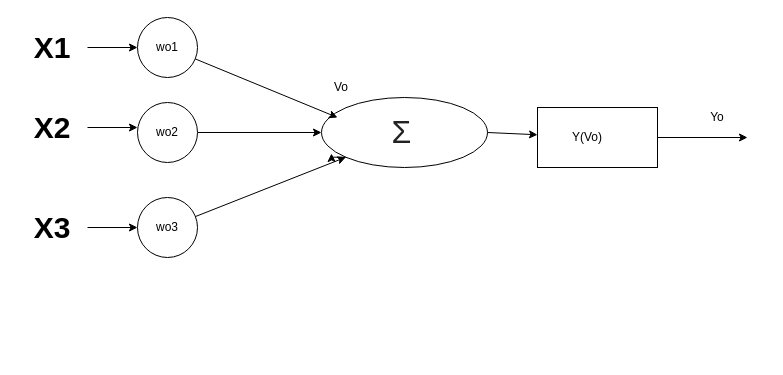
Earlier version of the draw.io diagram neurona.drawio (carlosRios2020/emotions). Source tidied: cells renumbered, new cells numbered last; positions are measured from the earlier drawing's top-left corner, leaving out a move shared by most shapes. Both pictures are drawn from the tidied source at 100%, with x=0, y=0 at pixel (17, 17).
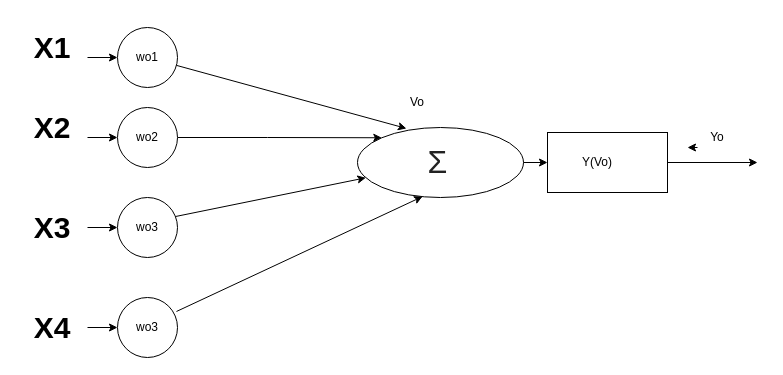
After the change.

Unchanged cells that the change refers to:
```xml
<mxCell id="14" value="&lt;font size=&quot;1&quot;&gt;&lt;b style=&quot;font-size: 30px&quot;&gt;X1&lt;/b&gt;&lt;/font&gt;" style="text;html=1;strokeColor=none;fillColor=none;align=center;verticalAlign=middle;whiteSpace=wrap;rounded=0;" parent="1" vertex="1">
  <mxGeometry y="10" width="70" height="40" as="geometry" />
</mxCell>
<mxCell id="16" value="&lt;font size=&quot;1&quot;&gt;&lt;b style=&quot;font-size: 30px&quot;&gt;X2&lt;/b&gt;&lt;/font&gt;" style="text;html=1;strokeColor=none;fillColor=none;align=center;verticalAlign=middle;whiteSpace=wrap;rounded=0;" parent="1" vertex="1">
  <mxGeometry y="90" width="70" height="40" as="geometry" />
</mxCell>
```

What changed in the source:
```diff
@@
     <mxCell id="2" style="ellipse;whiteSpace=wrap;html=1;" parent="1" vertex="1">
-      <mxGeometry x="120" width="60" height="60" as="geometry" />
+      <mxGeometry x="100" y="10" width="60" height="60" as="geometry" />
     </mxCell>
-    <mxCell id="3" style="edgeStyle=orthogonalEdgeStyle;rounded=0;jettySize=auto;html=1;" parent="1" edge="1" source="4" target="5">
+    <mxCell id="3" style="edgeStyle=orthogonalEdgeStyle;rounded=0;jettySize=auto;html=1;entryX=0;entryY=0;entryDx=0;entryDy=0;" parent="1" edge="1" source="4" target="5">
       <mxGeometry relative="1" as="geometry" />
     </mxCell>
     <mxCell id="4" style="ellipse;whiteSpace=wrap;html=1;" parent="1" vertex="1">
-      <mxGeometry x="120" y="85" width="60" height="60" as="geometry" />
+      <mxGeometry x="100" y="90" width="60" height="60" as="geometry" />
     </mxCell>
     <mxCell id="5" style="ellipse;whiteSpace=wrap;html=1;" parent="1" vertex="1">
-      <mxGeometry x="304" y="80" width="166" height="70" as="geometry" />
+      <mxGeometry x="340" y="110" width="166" height="70" as="geometry" />
     </mxCell>
     <mxCell id="6" style="ellipse;whiteSpace=wrap;html=1;" parent="1" vertex="1">
-      <mxGeometry x="120" y="180" width="60" height="60" as="geometry" />
+      <mxGeometry x="100" y="180" width="60" height="60" as="geometry" />
     </mxCell>
-    <mxCell id="7" style="endArrow=classic;html=1;" parent="1" edge="1" source="2">
-      <mxGeometry relative="1" as="geometry">
-        <mxPoint x="320" y="100" as="targetPoint" />
-      </mxGeometry>
+    <mxCell id="7" style="endArrow=classic;html=1;entryX=0.295;entryY=0.014;entryDx=0;entryDy=0;entryPerimeter=0;" parent="1" edge="1" source="2" target="5">
+      <mxGeometry relative="1" as="geometry" />
     </mxCell>
-    <mxCell id="8" style="endArrow=classic;html=1;exitX=0.967;exitY=0.317;exitDx=0;exitDy=0;exitPerimeter=0;entryX=0;entryY=1;entryDx=0;entryDy=0;" parent="1" edge="1" source="6" target="5">
+    <mxCell id="8" style="endArrow=classic;html=1;exitX=0.967;exitY=0.317;exitDx=0;exitDy=0;exitPerimeter=0;" parent="1" edge="1" source="6" target="5">
       <mxGeometry relative="1" as="geometry" />
     </mxCell>
@@
     <mxCell id="10" style="rounded=0;whiteSpace=wrap;html=1;" parent="1" vertex="1">
-      <mxGeometry x="520" y="90" width="120" height="60" as="geometry" />
+      <mxGeometry x="530" y="115" width="120" height="60" as="geometry" />
     </mxCell>
     <mxCell id="11" style="endArrow=classic;html=1;exitX=1;exitY=0.5;exitDx=0;exitDy=0;" parent="1" edge="1" source="10">
       <mxGeometry relative="1" as="geometry">
-        <mxPoint x="730" y="120" as="targetPoint" />
+        <mxPoint x="740" y="145" as="targetPoint" />
       </mxGeometry>
     </mxCell>
-    <mxCell id="12" style="edgeStyle=orthogonalEdgeStyle;rounded=0;orthogonalLoop=1;jettySize=auto;html=1;exitX=0;exitY=1;exitDx=0;exitDy=0;entryX=0.06;entryY=0.8;entryDx=0;entryDy=0;entryPerimeter=0;" parent="1" edge="1" source="5" target="5">
-      <mxGeometry relative="1" as="geometry" />
-    </mxCell>
-    <mxCell id="13" style="edgeStyle=orthogonalEdgeStyle;rounded=0;jettySize=auto;html=1;" parent="1" edge="1" source="14" target="2">
+    <mxCell id="13" style="edgeStyle=orthogonalEdgeStyle;rounded=0;jettySize=auto;html=1;exitX=1;exitY=0.75;exitDx=0;exitDy=0;" parent="1" edge="1" source="14" target="2">
       <mxGeometry relative="1" as="geometry" />
     </mxCell>
@@
-    <mxCell id="15" style="edgeStyle=orthogonalEdgeStyle;rounded=0;orthogonalLoop=1;jettySize=auto;html=1;" parent="1" edge="1">
-      <mxGeometry relative="1" as="geometry">
-        <mxPoint x="70" y="110" as="sourcePoint" />
-        <mxPoint x="120" y="110" as="targetPoint" />
-      </mxGeometry>
+    <mxCell id="15" style="edgeStyle=orthogonalEdgeStyle;rounded=0;jettySize=auto;html=1;entryX=0;entryY=0.5;entryDx=0;entryDy=0;exitX=1;exitY=0.75;exitDx=0;exitDy=0;" parent="1" edge="1" source="16" target="4">
+      <mxGeometry relative="1" as="geometry" />
     </mxCell>
@@
     <mxCell id="19" value="wo1" style="text;html=1;strokeColor=none;fillColor=none;align=center;verticalAlign=middle;whiteSpace=wrap;rounded=0;" parent="1" vertex="1">
-      <mxGeometry x="130" y="20" width="40" height="20" as="geometry" />
+      <mxGeometry x="110" y="30" width="40" height="20" as="geometry" />
     </mxCell>
     <mxCell id="20" value="wo3" style="text;html=1;strokeColor=none;fillColor=none;align=center;verticalAlign=middle;whiteSpace=wrap;rounded=0;" parent="1" vertex="1">
-      <mxGeometry x="130" y="200" width="40" height="20" as="geometry" />
+      <mxGeometry x="110" y="200" width="40" height="20" as="geometry" />
     </mxCell>
     <mxCell id="21" value="wo2" style="text;html=1;strokeColor=none;fillColor=none;align=center;verticalAlign=middle;whiteSpace=wrap;rounded=0;" parent="1" vertex="1">
-      <mxGeometry x="130" y="105" width="40" height="20" as="geometry" />
+      <mxGeometry x="110" y="110" width="40" height="20" as="geometry" />
     </mxCell>
     <mxCell id="22" value="Vo" style="text;html=1;strokeColor=none;fillColor=none;align=center;verticalAlign=middle;whiteSpace=wrap;rounded=0;" parent="1" vertex="1">
-      <mxGeometry x="304" y="60" width="40" height="20" as="geometry" />
+      <mxGeometry x="380" y="75" width="40" height="20" as="geometry" />
     </mxCell>
     <mxCell id="23" value="Y(Vo)" style="text;html=1;strokeColor=none;fillColor=none;align=center;verticalAlign=middle;whiteSpace=wrap;rounded=0;" parent="1" vertex="1">
-      <mxGeometry x="550" y="110" width="40" height="20" as="geometry" />
+      <mxGeometry x="560" y="135" width="40" height="20" as="geometry" />
     </mxCell>
+    <mxCell id="26" style="edgeStyle=orthogonalEdgeStyle;rounded=0;jettySize=auto;html=1;exitX=0;exitY=1;exitDx=0;exitDy=0;" parent="1" edge="1" source="24">
+      <mxGeometry relative="1" as="geometry">
+        <mxPoint x="670" y="130" as="targetPoint" />
+      </mxGeometry>
+    </mxCell>
     <mxCell id="24" value="Yo" style="text;html=1;strokeColor=none;fillColor=none;align=center;verticalAlign=middle;whiteSpace=wrap;rounded=0;" parent="1" vertex="1">
-      <mxGeometry x="680" y="90" width="40" height="20" as="geometry" />
+      <mxGeometry x="680" y="110" width="40" height="20" as="geometry" />
     </mxCell>
     <mxCell id="25" value="&lt;span style=&quot;color: rgb(34 , 34 , 34) ; font-family: &amp;#34;arial&amp;#34; , sans-serif ; text-align: left ; background-color: rgb(255 , 255 , 255)&quot;&gt;&lt;font style=&quot;font-size: 32px&quot;&gt;&amp;nbsp;Σ&lt;/font&gt;&lt;/span&gt;" style="text;html=1;strokeColor=none;fillColor=none;align=center;verticalAlign=middle;whiteSpace=wrap;rounded=0;" parent="1" vertex="1">
-      <mxGeometry x="360" y="105" width="40" height="20" as="geometry" />
+      <mxGeometry x="396" y="135" width="40" height="20" as="geometry" />
     </mxCell>
+    <mxCell id="27" style="ellipse;whiteSpace=wrap;html=1;" parent="1" vertex="1">
+      <mxGeometry x="100" y="280" width="60" height="60" as="geometry" />
+    </mxCell>
+    <mxCell id="28" value="wo3" style="text;html=1;strokeColor=none;fillColor=none;align=center;verticalAlign=middle;whiteSpace=wrap;rounded=0;" parent="1" vertex="1">
+      <mxGeometry x="110" y="300" width="40" height="20" as="geometry" />
+    </mxCell>
+    <mxCell id="29" style="endArrow=classic;html=1;exitX=0.983;exitY=0.233;exitDx=0;exitDy=0;exitPerimeter=0;entryX=0.392;entryY=0.986;entryDx=0;entryDy=0;entryPerimeter=0;" parent="1" edge="1" source="27" target="5">
+      <mxGeometry relative="1" as="geometry" />
+    </mxCell>
+    <mxCell id="30" style="edgeStyle=orthogonalEdgeStyle;rounded=0;jettySize=auto;html=1;entryX=0;entryY=0.5;entryDx=0;entryDy=0;" parent="1" edge="1" source="31" target="27">
+      <mxGeometry relative="1" as="geometry" />
+    </mxCell>
+    <mxCell id="31" value="&lt;font size=&quot;1&quot;&gt;&lt;b style=&quot;font-size: 30px&quot;&gt;X4&lt;/b&gt;&lt;/font&gt;" style="text;html=1;strokeColor=none;fillColor=none;align=center;verticalAlign=middle;whiteSpace=wrap;rounded=0;" parent="1" vertex="1">
+      <mxGeometry y="290" width="70" height="40" as="geometry" />
+    </mxCell>
```
